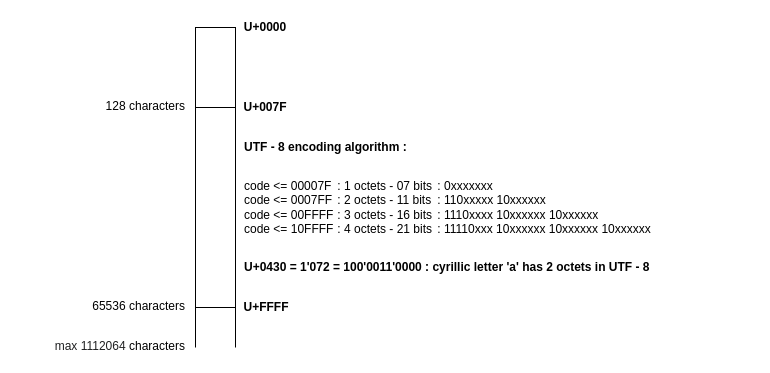
Earlier version of the draw.io diagram projects/examples/source/12.01.01.drawio (i-s-m-mipt/Education). Source tidied: cells renumbered, new cells numbered last; positions are measured from the earlier drawing's top-left corner, leaving out a move shared by most shapes. Both pictures are drawn from the tidied source at 100%, with x=0, y=0 at pixel (17, 17).
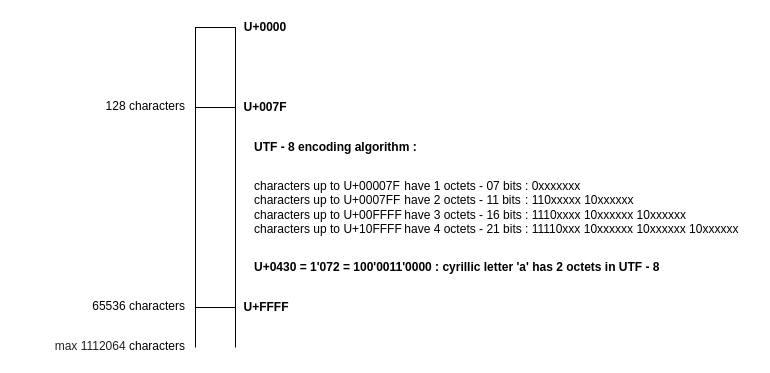
Above is the later version.

What changed in the source:
```diff
@@
 <mxGraphModel>
   <root>
     <mxCell id="0" />
     <mxCell id="1" parent="0" />
     <mxCell id="2" style="rounded=0;whiteSpace=wrap;html=1;fillColor=none;fontFamily=Helvetica;" parent="1" vertex="1">
       <mxGeometry x="178" y="10" width="40" height="80" as="geometry" />
     </mxCell>
     <mxCell id="3" style="rounded=0;whiteSpace=wrap;html=1;fillColor=none;fontFamily=Helvetica;" parent="1" vertex="1">
       <mxGeometry x="178" y="90" width="40" height="200" as="geometry" />
     </mxCell>
     <mxCell id="4" style="endArrow=none;html=1;rounded=0;entryX=0;entryY=1;entryDx=0;entryDy=0;fontFamily=Helvetica;" parent="1" edge="1">
       <mxGeometry relative="1" as="geometry">
         <mxPoint x="178" y="330" as="sourcePoint" />
         <mxPoint x="178" y="290" as="targetPoint" />
       </mxGeometry>
     </mxCell>
     <mxCell id="5" style="endArrow=none;html=1;rounded=0;entryX=0;entryY=1;entryDx=0;entryDy=0;fontFamily=Helvetica;" parent="1" edge="1">
       <mxGeometry relative="1" as="geometry">
         <mxPoint x="218" y="330" as="sourcePoint" />
         <mxPoint x="218" y="290" as="targetPoint" />
       </mxGeometry>
     </mxCell>
     <mxCell id="6" value="&lt;font&gt;&lt;b&gt;U+0000&lt;/b&gt;&lt;/font&gt;" style="text;html=1;align=center;verticalAlign=middle;whiteSpace=wrap;rounded=0;fontFamily=Helvetica;" parent="1" vertex="1">
       <mxGeometry x="218" width="60" height="20" as="geometry" />
     </mxCell>
     <mxCell id="7" value="&lt;font&gt;&lt;b&gt;U+007F&lt;/b&gt;&lt;/font&gt;" style="text;html=1;align=center;verticalAlign=middle;whiteSpace=wrap;rounded=0;fontFamily=Helvetica;" parent="1" vertex="1">
       <mxGeometry x="218" y="80" width="60" height="20" as="geometry" />
     </mxCell>
     <mxCell id="8" value="&lt;font&gt;&lt;b&gt;U+FFFF&lt;/b&gt;&lt;/font&gt;" style="text;html=1;align=center;verticalAlign=middle;whiteSpace=wrap;rounded=0;fontFamily=Helvetica;" parent="1" vertex="1">
       <mxGeometry x="219" y="280" width="60" height="20" as="geometry" />
     </mxCell>
     <mxCell id="9" value="&lt;font&gt;65536&amp;nbsp;characters&lt;/font&gt;" style="text;html=1;align=right;verticalAlign=middle;whiteSpace=wrap;rounded=0;fontFamily=Helvetica;" parent="1" vertex="1">
       <mxGeometry x="20" y="279" width="150" height="20" as="geometry" />
     </mxCell>
     <mxCell id="10" value="&lt;font&gt;128 characters&lt;/font&gt;" style="text;html=1;align=right;verticalAlign=middle;whiteSpace=wrap;rounded=0;fontFamily=Helvetica;" parent="1" vertex="1">
       <mxGeometry x="60" y="79" width="110" height="20" as="geometry" />
     </mxCell>
     <mxCell id="11" value="&lt;font&gt;&lt;b&gt;U+0430 = 1'072 = &lt;/b&gt;&lt;span style=&quot;background-color: rgb(255, 255, 255);&quot;&gt;&lt;font face=&quot;Helvetica&quot; style=&quot;&quot;&gt;&lt;b&gt;100'0011'0000&lt;/b&gt;&lt;/font&gt;&lt;/span&gt;&lt;b&gt;&amp;nbsp;: cyrillic letter '&lt;/b&gt;&lt;/font&gt;&lt;b style=&quot;&quot;&gt;а' has 2 octets in UTF - 8&lt;/b&gt;&lt;font&gt;&lt;b&gt;&amp;nbsp;&lt;/b&gt;&lt;/font&gt;" style="text;html=1;align=left;verticalAlign=middle;whiteSpace=wrap;rounded=0;fontFamily=Helvetica;" parent="1" vertex="1">
-      <mxGeometry x="225" y="240" width="433" height="20" as="geometry" />
+      <mxGeometry x="235" y="240" width="433" height="20" as="geometry" />
     </mxCell>
-    <mxCell id="12" value="&lt;div&gt;&lt;font style=&quot;background-color: transparent; color: light-dark(rgb(0, 0, 0), rgb(255, 255, 255));&quot;&gt;code &amp;lt;=&lt;/font&gt;&lt;font style=&quot;background-color: transparent; color: light-dark(rgb(0, 0, 0), rgb(255, 255, 255));&quot;&gt; &lt;/font&gt;&lt;font style=&quot;background-color: transparent; color: light-dark(rgb(0, 0, 0), rgb(255, 255, 255));&quot;&gt;00007F&lt;/font&gt;&lt;/div&gt;&lt;div&gt;&lt;font&gt;code &amp;lt;= 0007FF&lt;/font&gt;&lt;/div&gt;&lt;div&gt;&lt;font&gt;code &amp;lt;= 00FFFF&lt;/font&gt;&lt;/div&gt;&lt;div&gt;&lt;font style=&quot;background-color: transparent; color: light-dark(rgb(0, 0, 0), rgb(255, 255, 255));&quot;&gt;code&amp;nbsp;&lt;/font&gt;&lt;font style=&quot;background-color: transparent; color: light-dark(rgb(0, 0, 0), rgb(255, 255, 255));&quot;&gt;&amp;lt;= 10FFFF&lt;/font&gt;&lt;/div&gt;" style="text;html=1;align=left;verticalAlign=middle;whiteSpace=wrap;rounded=0;fontFamily=Helvetica;" parent="1" vertex="1">
-      <mxGeometry x="225" y="150" width="100" height="80" as="geometry" />
+    <mxCell id="12" value="&lt;div&gt;&lt;font style=&quot;background-color: transparent; color: light-dark(rgb(0, 0, 0), rgb(255, 255, 255));&quot;&gt;characters up to U+&lt;/font&gt;&lt;font style=&quot;background-color: transparent; color: light-dark(rgb(0, 0, 0), rgb(255, 255, 255));&quot;&gt;00007F&lt;/font&gt;&lt;/div&gt;&lt;div&gt;&lt;font&gt;&lt;span style=&quot;background-color: transparent; color: light-dark(rgb(0, 0, 0), rgb(255, 255, 255));&quot;&gt;characters up to U+&lt;/span&gt;0007FF&lt;/font&gt;&lt;/div&gt;&lt;div&gt;&lt;font&gt;&lt;span style=&quot;background-color: transparent; color: light-dark(rgb(0, 0, 0), rgb(255, 255, 255));&quot;&gt;characters up to U+&lt;/span&gt;00FFFF&lt;/font&gt;&lt;/div&gt;&lt;div&gt;&lt;font style=&quot;background-color: transparent; color: light-dark(rgb(0, 0, 0), rgb(255, 255, 255));&quot;&gt;&lt;span style=&quot;background-color: transparent; color: light-dark(rgb(0, 0, 0), rgb(255, 255, 255));&quot;&gt;characters up to U+&lt;/span&gt;10FFFF&lt;/font&gt;&lt;/div&gt;" style="text;html=1;align=left;verticalAlign=middle;whiteSpace=wrap;rounded=0;fontFamily=Helvetica;" parent="1" vertex="1">
+      <mxGeometry x="235" y="150" width="153" height="80" as="geometry" />
     </mxCell>
     <mxCell id="13" value="&lt;font&gt;&lt;span style=&quot;color: rgb(32, 33, 34); text-align: start; background-color: rgb(255, 255, 255);&quot;&gt;&lt;font style=&quot;font-size: 12px;&quot;&gt;&amp;nbsp;max 1112064&lt;/font&gt;&lt;/span&gt;&amp;nbsp;characters&lt;/font&gt;" style="text;html=1;align=right;verticalAlign=middle;whiteSpace=wrap;rounded=0;fontFamily=Helvetica;" parent="1" vertex="1">
       <mxGeometry y="319" width="170" height="20" as="geometry" />
     </mxCell>
-    <mxCell id="14" value="&lt;div style=&quot;&quot;&gt;&lt;span style=&quot;background-color: transparent; color: light-dark(rgb(0, 0, 0), rgb(255, 255, 255));&quot;&gt;&amp;nbsp;: 1 octets - 07 bits&amp;nbsp;&lt;/span&gt;&lt;/div&gt;&lt;div style=&quot;&quot;&gt;&lt;span style=&quot;&quot;&gt;&amp;nbsp;: 2 octets - 11 bits&amp;nbsp;&lt;/span&gt;&lt;/div&gt;&lt;div style=&quot;&quot;&gt;&lt;div&gt;&amp;nbsp;: 3 octets - 16 bits&amp;nbsp;&lt;/div&gt;&lt;div&gt;&amp;nbsp;: 4 octets - 21 bits&amp;nbsp;&lt;/div&gt;&lt;/div&gt;" style="text;html=1;align=left;verticalAlign=middle;whiteSpace=wrap;rounded=0;" parent="1" vertex="1">
-      <mxGeometry x="315" y="150" width="110" height="80" as="geometry" />
+    <mxCell id="14" value="&lt;div style=&quot;&quot;&gt;&lt;span style=&quot;background-color: transparent; color: light-dark(rgb(0, 0, 0), rgb(255, 255, 255));&quot;&gt;&amp;nbsp;have 1 octets - 07 bits&amp;nbsp;&lt;/span&gt;&lt;/div&gt;&lt;div style=&quot;&quot;&gt;&lt;span style=&quot;&quot;&gt;&amp;nbsp;&lt;/span&gt;have&amp;nbsp;&lt;span style=&quot;&quot;&gt;2 octets - 11 bits&amp;nbsp;&lt;/span&gt;&lt;/div&gt;&lt;div style=&quot;&quot;&gt;&lt;div&gt;&amp;nbsp;have&amp;nbsp;3 octets - 16 bits&amp;nbsp;&lt;/div&gt;&lt;div&gt;&amp;nbsp;have&amp;nbsp;4 octets - 21 bits&amp;nbsp;&lt;/div&gt;&lt;/div&gt;" style="text;html=1;align=left;verticalAlign=middle;whiteSpace=wrap;rounded=0;" parent="1" vertex="1">
+      <mxGeometry x="381.5" y="150" width="140" height="80" as="geometry" />
     </mxCell>
     <mxCell id="15" value="&lt;b style=&quot;&quot;&gt;UTF - 8 encoding algorithm :&lt;/b&gt;" style="text;html=1;align=left;verticalAlign=middle;whiteSpace=wrap;rounded=0;" parent="1" vertex="1">
-      <mxGeometry x="225" y="120" width="433" height="20" as="geometry" />
+      <mxGeometry x="235" y="120" width="433" height="20" as="geometry" />
     </mxCell>
-    <mxCell id="16" value="&lt;span style=&quot;&quot;&gt;&amp;nbsp;: 0xxxxxxx&lt;/span&gt;&lt;div&gt;&amp;nbsp;: 110xxxxx 10xxxxxx&lt;span style=&quot;&quot;&gt;&lt;/span&gt;&lt;/div&gt;&lt;div&gt;&amp;nbsp;: 1110xxxx 10xxxxxx 10xxxxxx&lt;/div&gt;&lt;div&gt;&amp;nbsp;: 11110xxx&lt;span style=&quot;background-color: initial;&quot;&gt;&amp;nbsp;10xxxxxx&lt;/span&gt;&lt;span style=&quot;background-color: initial;&quot;&gt;&amp;nbsp;10xxxxxx&lt;/span&gt;&lt;span style=&quot;background-color: initial;&quot;&gt;&amp;nbsp;10xxxxxx&lt;/span&gt;&lt;/div&gt;" style="text;html=1;align=left;verticalAlign=middle;whiteSpace=wrap;rounded=0;" parent="1" vertex="1">
-      <mxGeometry x="415" y="150" width="243" height="80.5" as="geometry" />
+    <mxCell id="16" value="&lt;span style=&quot;&quot;&gt;: 0xxxxxxx&lt;/span&gt;&lt;div&gt;: 110xxxxx 10xxxxxx&lt;span style=&quot;&quot;&gt;&lt;/span&gt;&lt;/div&gt;&lt;div&gt;: 1110xxxx 10xxxxxx 10xxxxxx&lt;/div&gt;&lt;div&gt;: 11110xxx&lt;span style=&quot;background-color: initial;&quot;&gt;&amp;nbsp;10xxxxxx&lt;/span&gt;&lt;span style=&quot;background-color: initial;&quot;&gt;&amp;nbsp;10xxxxxx&lt;/span&gt;&lt;span style=&quot;background-color: initial;&quot;&gt;&amp;nbsp;10xxxxxx&lt;/span&gt;&lt;/div&gt;" style="text;html=1;align=left;verticalAlign=middle;whiteSpace=wrap;rounded=0;" parent="1" vertex="1">
+      <mxGeometry x="506" y="149.8" width="230" height="80.5" as="geometry" />
     </mxCell>
   </root>
 </mxGraphModel>
```
